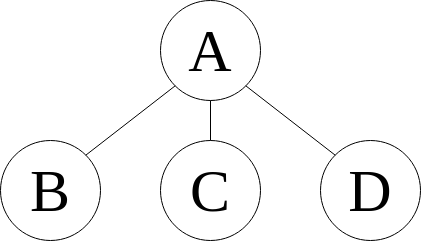
The draw.io diagram static/post-images/algo/tree2.png in coletonodonnell/coleton.io, before a commit. Source tidied: cells renumbered, new cells last; positions are measured from the earlier drawing's top-left corner, leaving out a move shared by most shapes. The source it was exported from:
```xml
<mxGraphModel>
  <root>
    <mxCell id="0" />
    <mxCell id="1" parent="0" />
    <mxCell id="2" value="&lt;font style=&quot;font-size: 60px;&quot;&gt;A&lt;/font&gt;" style="ellipse;whiteSpace=wrap;html=1;labelBackgroundColor=none;shadow=0;rounded=1;" parent="1" vertex="1">
      <mxGeometry x="160" width="100" height="100" as="geometry" />
    </mxCell>
    <mxCell id="3" value="&lt;font style=&quot;font-size: 60px;&quot;&gt;B&lt;/font&gt;" style="ellipse;whiteSpace=wrap;html=1;labelBackgroundColor=none;strokeWidth=1;shadow=0;rounded=1;" parent="1" vertex="1">
      <mxGeometry y="140" width="100" height="100" as="geometry" />
    </mxCell>
    <mxCell id="4" value="&lt;font style=&quot;font-size: 60px;&quot;&gt;D&lt;/font&gt;" style="ellipse;whiteSpace=wrap;html=1;labelBackgroundColor=none;shadow=0;rounded=1;" parent="1" vertex="1">
      <mxGeometry x="320" y="140" width="100" height="100" as="geometry" />
    </mxCell>
    <mxCell id="5" style="endArrow=none;html=1;rounded=1;entryX=0;entryY=1;entryDx=0;entryDy=0;labelBackgroundColor=none;fontColor=default;shadow=0;exitX=1;exitY=0;exitDx=0;exitDy=0;" parent="1" edge="1" source="3" target="2">
      <mxGeometry relative="1" as="geometry" />
    </mxCell>
    <mxCell id="6" style="endArrow=none;html=1;rounded=1;exitX=1;exitY=1;exitDx=0;exitDy=0;entryX=0;entryY=0;entryDx=0;entryDy=0;labelBackgroundColor=none;fontColor=default;shadow=0;" parent="1" edge="1" source="2" target="4">
      <mxGeometry relative="1" as="geometry" />
    </mxCell>
    <mxCell id="7" value="&lt;font style=&quot;font-size: 60px;&quot;&gt;C&lt;/font&gt;" style="ellipse;whiteSpace=wrap;html=1;labelBackgroundColor=none;shadow=0;rounded=1;" parent="1" vertex="1">
      <mxGeometry x="160" y="140" width="100" height="100" as="geometry" />
    </mxCell>
    <mxCell id="8" style="endArrow=none;html=1;rounded=0;fontSize=60;exitX=0.5;exitY=0;exitDx=0;exitDy=0;entryX=0.5;entryY=1;entryDx=0;entryDy=0;" parent="1" edge="1" source="7" target="2">
      <mxGeometry relative="1" as="geometry" />
    </mxCell>
  </root>
</mxGraphModel>
```
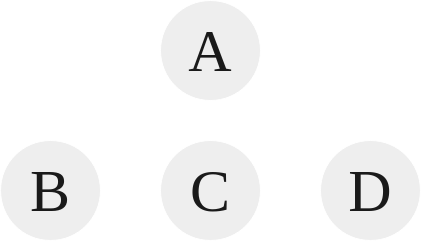
Above is the later version.

Commit message:
tree terms

Change to the diagram source:
```diff
@@ -2,25 +2,25 @@
   <root>
     <mxCell id="0" />
     <mxCell id="1" parent="0" />
-    <mxCell id="2" value="&lt;font style=&quot;font-size: 60px;&quot;&gt;A&lt;/font&gt;" style="ellipse;whiteSpace=wrap;html=1;labelBackgroundColor=none;shadow=0;rounded=1;" parent="1" vertex="1">
+    <mxCell id="2" value="&lt;font style=&quot;font-size: 60px;&quot;&gt;A&lt;/font&gt;" style="ellipse;whiteSpace=wrap;html=1;labelBackgroundColor=none;shadow=0;rounded=1;fillColor=#EEEEEE;strokeColor=#FFFFFF;fontColor=#1A1A1A;" parent="1" vertex="1">
       <mxGeometry x="160" width="100" height="100" as="geometry" />
     </mxCell>
-    <mxCell id="3" value="&lt;font style=&quot;font-size: 60px;&quot;&gt;B&lt;/font&gt;" style="ellipse;whiteSpace=wrap;html=1;labelBackgroundColor=none;strokeWidth=1;shadow=0;rounded=1;" parent="1" vertex="1">
+    <mxCell id="3" value="&lt;font style=&quot;font-size: 60px;&quot;&gt;B&lt;/font&gt;" style="ellipse;whiteSpace=wrap;html=1;labelBackgroundColor=none;strokeWidth=1;shadow=0;rounded=1;fillColor=#EEEEEE;strokeColor=#FFFFFF;fontColor=#1A1A1A;" parent="1" vertex="1">
       <mxGeometry y="140" width="100" height="100" as="geometry" />
     </mxCell>
-    <mxCell id="4" value="&lt;font style=&quot;font-size: 60px;&quot;&gt;D&lt;/font&gt;" style="ellipse;whiteSpace=wrap;html=1;labelBackgroundColor=none;shadow=0;rounded=1;" parent="1" vertex="1">
+    <mxCell id="4" value="&lt;font style=&quot;font-size: 60px;&quot;&gt;D&lt;/font&gt;" style="ellipse;whiteSpace=wrap;html=1;labelBackgroundColor=none;shadow=0;rounded=1;fillColor=#EEEEEE;strokeColor=#FFFFFF;fontColor=#1A1A1A;" parent="1" vertex="1">
       <mxGeometry x="320" y="140" width="100" height="100" as="geometry" />
     </mxCell>
-    <mxCell id="5" style="endArrow=none;html=1;rounded=1;entryX=0;entryY=1;entryDx=0;entryDy=0;labelBackgroundColor=none;fontColor=default;shadow=0;exitX=1;exitY=0;exitDx=0;exitDy=0;" parent="1" edge="1" source="3" target="2">
+    <mxCell id="5" style="endArrow=none;html=1;rounded=1;entryX=0;entryY=1;entryDx=0;entryDy=0;labelBackgroundColor=none;fontColor=default;shadow=0;exitX=1;exitY=0;exitDx=0;exitDy=0;strokeColor=#FFFFFF;" parent="1" edge="1" source="3" target="2">
       <mxGeometry relative="1" as="geometry" />
     </mxCell>
-    <mxCell id="6" style="endArrow=none;html=1;rounded=1;exitX=1;exitY=1;exitDx=0;exitDy=0;entryX=0;entryY=0;entryDx=0;entryDy=0;labelBackgroundColor=none;fontColor=default;shadow=0;" parent="1" edge="1" source="2" target="4">
+    <mxCell id="6" style="endArrow=none;html=1;rounded=1;exitX=1;exitY=1;exitDx=0;exitDy=0;entryX=0;entryY=0;entryDx=0;entryDy=0;labelBackgroundColor=none;fontColor=default;shadow=0;strokeColor=#FFFFFF;" parent="1" edge="1" source="2" target="4">
       <mxGeometry relative="1" as="geometry" />
     </mxCell>
-    <mxCell id="7" value="&lt;font style=&quot;font-size: 60px;&quot;&gt;C&lt;/font&gt;" style="ellipse;whiteSpace=wrap;html=1;labelBackgroundColor=none;shadow=0;rounded=1;" parent="1" vertex="1">
+    <mxCell id="7" value="&lt;font style=&quot;font-size: 60px;&quot;&gt;C&lt;/font&gt;" style="ellipse;whiteSpace=wrap;html=1;labelBackgroundColor=none;shadow=0;rounded=1;fillColor=#EEEEEE;strokeColor=#FFFFFF;fontColor=#1A1A1A;" parent="1" vertex="1">
       <mxGeometry x="160" y="140" width="100" height="100" as="geometry" />
     </mxCell>
-    <mxCell id="8" style="endArrow=none;html=1;rounded=0;fontSize=60;exitX=0.5;exitY=0;exitDx=0;exitDy=0;entryX=0.5;entryY=1;entryDx=0;entryDy=0;" parent="1" edge="1" source="7" target="2">
+    <mxCell id="8" style="endArrow=none;html=1;rounded=0;fontSize=60;exitX=0.5;exitY=0;exitDx=0;exitDy=0;entryX=0.5;entryY=1;entryDx=0;entryDy=0;labelBackgroundColor=none;strokeColor=#FFFFFF;fontColor=default;" parent="1" edge="1" source="7" target="2">
       <mxGeometry relative="1" as="geometry" />
     </mxCell>
   </root>
```
